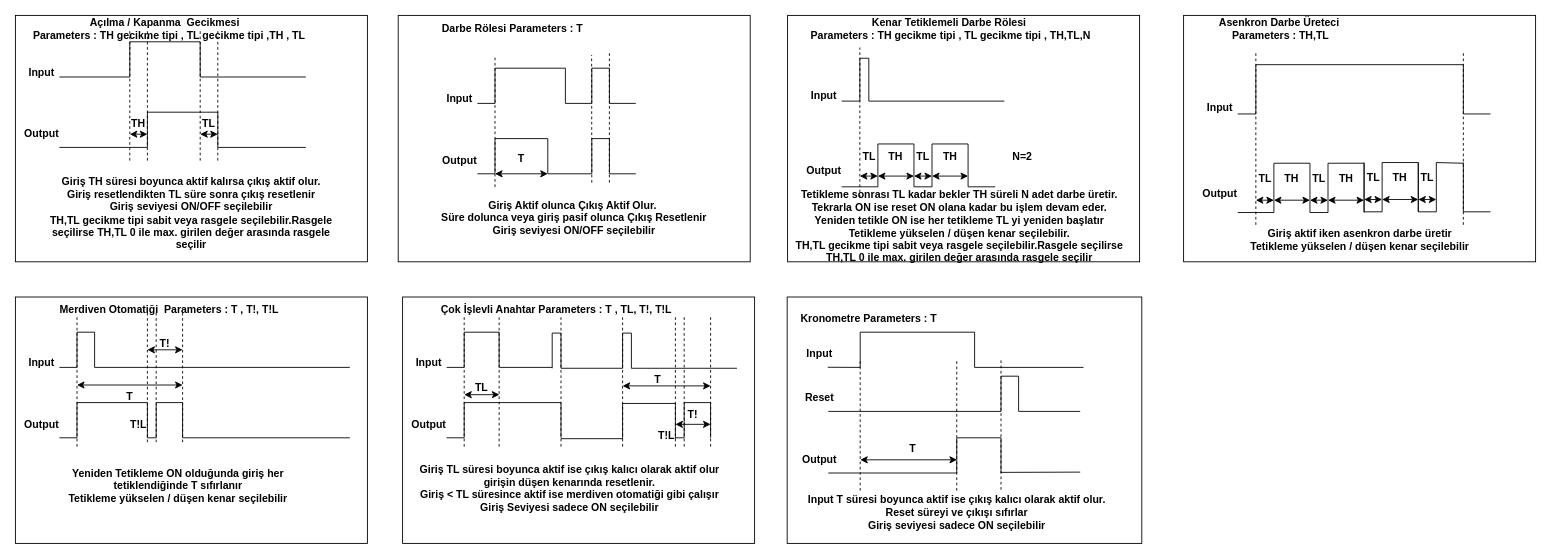
The draw.io diagram doc/Functions_Details_Timers.drawio in akinik456/control, before the edit. Source tidied: cells renumbered, new cells numbered last; positions are measured from the earlier drawing's top-left corner, leaving out a move shared by most shapes. Both pictures are drawn from the tidied source at 88%, with x=0, y=0 at pixel (15, 15).
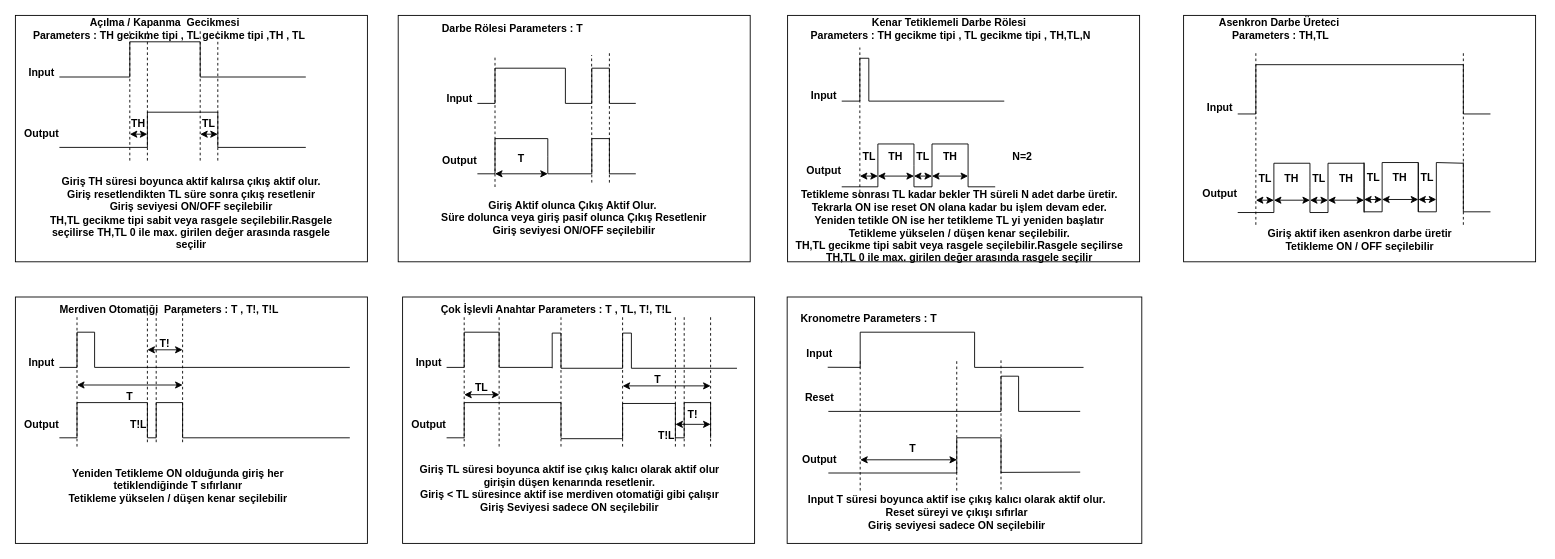
Above is the later version.

Commit message (it also covers changes not shown here):
Complete interactive help for all seven timer functions

The change refers to these unchanged cells:
```xml
<mxCell id="33" style="group;" parent="32" vertex="1">
  <mxGeometry x="20" width="405" height="280" as="geometry" />
</mxCell>
```

What changed in the source:
```diff
@@
-    <mxCell id="80" value="&lt;b&gt;Giriş aktif iken asenkron darbe üretir&lt;/b&gt;&lt;div&gt;&lt;b&gt;Tetikleme yükselen / düşen kenar seçilebilir&lt;/b&gt;&lt;/div&gt;" style="text;html=1;whiteSpace=wrap;strokeColor=none;fillColor=none;align=center;verticalAlign=middle;rounded=0;" parent="33" vertex="1">
+    <mxCell id="80" value="&lt;b&gt;Giriş aktif iken asenkron darbe üretir&lt;/b&gt;&lt;div&gt;&lt;b&gt;Tetikleme ON / OFF seçilebilir&lt;/b&gt;&lt;/div&gt;" style="text;html=1;whiteSpace=wrap;strokeColor=none;fillColor=none;align=center;verticalAlign=middle;rounded=0;" parent="33" vertex="1">
       <mxGeometry x="-5" y="240" width="410" height="30" as="geometry" />
     </mxCell>
```
